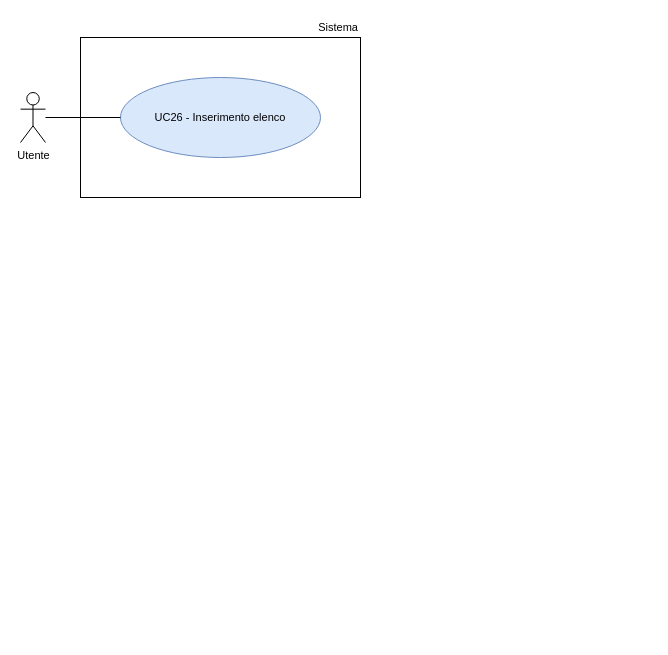
Earlier version of the draw.io diagram RTB/doc_esterna/analisi-dei-requisiti/assets/draw.io/UC26.drawio (thebitless-group-swe/thebitless.github.io). Source tidied: cells renumbered, new cells numbered last; positions are measured from the earlier drawing's top-left corner, leaving out a move shared by most shapes. Both pictures are drawn from the tidied source at 100%, with x=0, y=0 at pixel (20, 17).
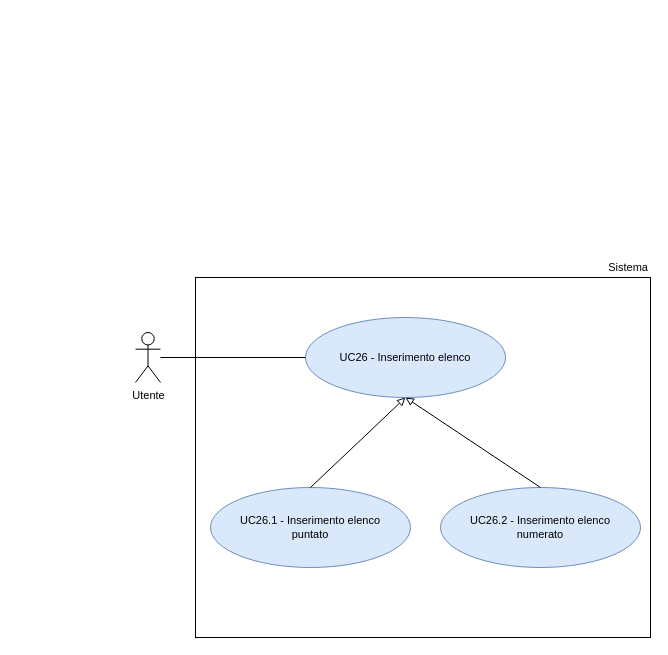
Above is the later version.

What changed in the source:
```diff
@@
 <mxGraphModel>
   <root>
     <mxCell id="0" />
     <mxCell id="1" parent="0" />
     <mxCell id="2" value="Utente" style="shape=umlActor;verticalLabelPosition=bottom;verticalAlign=top;html=1;outlineConnect=0;fontSize=11;" parent="1" vertex="1">
-      <mxGeometry y="75" width="25" height="50" as="geometry" />
+      <mxGeometry x="115" y="315" width="25" height="50" as="geometry" />
     </mxCell>
-    <mxCell id="3" style="rounded=0;whiteSpace=wrap;html=1;strokeWidth=1;" parent="1" vertex="1">
-      <mxGeometry x="60" y="20" width="280" height="160" as="geometry" />
-    </mxCell>
+    <mxCell id="7" style="rounded=0;whiteSpace=wrap;html=1;strokeWidth=1;" parent="1" vertex="1">
+      <mxGeometry x="175" y="260" width="455" height="360" as="geometry" />
+    </mxCell>
     <mxCell id="4" value="Sistema" style="text;html=1;whiteSpace=wrap;strokeColor=none;fillColor=none;align=right;verticalAlign=middle;fontSize=11;" parent="1" vertex="1">
-      <mxGeometry x="270" width="70" height="20" as="geometry" />
+      <mxGeometry x="560" y="240" width="70" height="20" as="geometry" />
     </mxCell>
     <mxCell id="5" value="UC26 - Inserimento elenco" style="ellipse;whiteSpace=wrap;html=1;fillColor=#dae8fc;strokeColor=#6c8ebf;fontSize=11;" parent="1" vertex="1">
-      <mxGeometry x="100" y="60" width="200" height="80" as="geometry" />
+      <mxGeometry x="285" y="300" width="200" height="80" as="geometry" />
     </mxCell>
     <mxCell id="6" style="edgeStyle=none;rounded=0;jettySize=auto;html=1;endArrow=none;endFill=0;" parent="1" edge="1" source="2" target="5">
       <mxGeometry relative="1" as="geometry" />
     </mxCell>
+    <mxCell id="8" value="&lt;div&gt;UC26.1 - Inserimento elenco&lt;/div&gt;puntato" style="ellipse;whiteSpace=wrap;html=1;fillColor=#dae8fc;strokeColor=#6c8ebf;fontSize=11;" parent="1" vertex="1">
+      <mxGeometry x="190" y="470" width="200" height="80" as="geometry" />
+    </mxCell>
+    <mxCell id="9" value="&lt;div&gt;UC26.2 - Inserimento elenco&lt;/div&gt;&lt;div&gt;numerato&lt;/div&gt;" style="ellipse;whiteSpace=wrap;html=1;fillColor=#dae8fc;strokeColor=#6c8ebf;fontSize=11;" parent="1" vertex="1">
+      <mxGeometry x="420" y="470" width="200" height="80" as="geometry" />
+    </mxCell>
+    <mxCell id="10" style="endArrow=block;html=1;rounded=0;exitX=0.5;exitY=0;exitDx=0;exitDy=0;entryX=0.5;entryY=1;entryDx=0;entryDy=0;endFill=0;" parent="1" edge="1" source="8" target="5">
+      <mxGeometry relative="1" as="geometry" />
+    </mxCell>
+    <mxCell id="11" style="endArrow=block;html=1;rounded=0;exitX=0.5;exitY=0;exitDx=0;exitDy=0;entryX=0.5;entryY=1;entryDx=0;entryDy=0;endFill=0;" parent="1" edge="1" source="9" target="5">
+      <mxGeometry relative="1" as="geometry" />
+    </mxCell>
   </root>
 </mxGraphModel>
```
